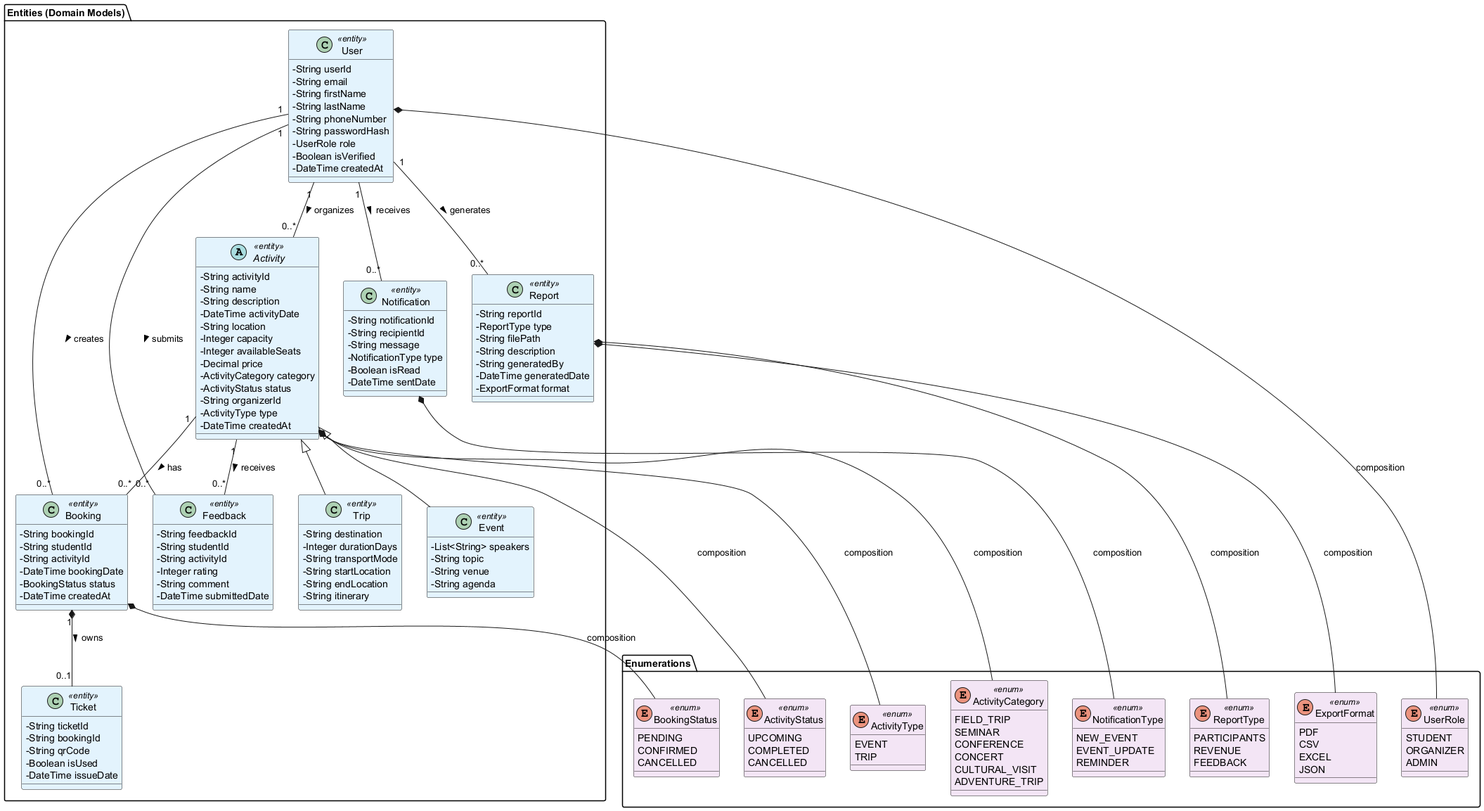
AIU-SoftWave/AIU-Trips-And-Events keeps this PlantUML diagram as Milestones/PM_3/Class Diagram/After DP/png/Data_Layer.png. Above is the earlier version. The source it was exported from:
```plantuml
@startuml Data_Layer

!define ENTITY_COLOR #E3F2FD
!define ENUM_COLOR #F3E5F5

skinparam classAttributeIconSize 0
skinparam class {
    BackgroundColor<<entity>> ENTITY_COLOR
    BackgroundColor<<enum>> ENUM_COLOR
}

package "Entities (Domain Models)" {

    class User <<entity>> {
        -String userId
        -String email
        -String firstName
        -String lastName
        -String phoneNumber
        -String passwordHash
        -UserRole role
        -Boolean isVerified
        -DateTime createdAt
    }

    abstract class Activity <<entity>> {
        -String activityId
        -String name
        -String description
        -DateTime activityDate
        -String location
        -Integer capacity
        -Integer availableSeats
        -Decimal price
        -ActivityCategory category
        -ActivityStatus status
        -String organizerId
        -ActivityType type
        -DateTime createdAt
    }

    class Event <<entity>> {
        -List<String> speakers
        -String topic
        -String venue
        -String agenda
    }

    class Trip <<entity>> {
        -String destination
        -Integer durationDays
        -String transportMode
        -String startLocation
        -String endLocation
        -String itinerary
    }

    class Booking <<entity>> {
        -String bookingId
        -String studentId
        -String activityId
        -DateTime bookingDate
        -BookingStatus status
        -DateTime createdAt
    }

    class Ticket <<entity>> {
        -String ticketId
        -String bookingId
        -String qrCode
        -Boolean isUsed
        -DateTime issueDate
    }

    class Notification <<entity>> {
        -String notificationId
        -String recipientId
        -String message
        -NotificationType type
        -Boolean isRead
        -DateTime sentDate
    }

    class Report <<entity>> {
        -String reportId
        -ReportType type
        -String filePath
        -String description
        -String generatedBy
        -DateTime generatedDate
        -ExportFormat format
    }

    class Feedback <<entity>> {
        -String feedbackId
        -String studentId
        -String activityId
        -Integer rating
        -String comment
        -DateTime submittedDate
    }

    Activity <|-- Event
    Activity <|-- Trip


    User "1" -- "0..*" Activity : organizes >

    User "1" -- "0..*" Booking : creates >

    User "1" -- "0..*" Feedback : submits >

    Activity "1" -- "0..*" Booking : has >

    Activity "1" -- "0..*" Feedback : receives >

    User "1" -- "0..*" Report : generates >

    Booking "1" *-- "0..1" Ticket : owns >

    User "1" -- "0..*" Notification : receives >
}

package "Enumerations" {

    enum UserRole <<enum>> {
        STUDENT
        ORGANIZER
        ADMIN
    }

    enum ActivityType <<enum>> {
        EVENT
        TRIP
    }

    enum ActivityCategory <<enum>> {
        FIELD_TRIP
        SEMINAR
        CONFERENCE
        CONCERT
        CULTURAL_VISIT
        ADVENTURE_TRIP
    }

    enum ActivityStatus <<enum>> {
        UPCOMING
        COMPLETED
        CANCELLED
    }

    enum BookingStatus <<enum>> {
        PENDING
        CONFIRMED
        CANCELLED
    }

    enum NotificationType <<enum>> {
        NEW_EVENT
        EVENT_UPDATE
        REMINDER
    }

    enum ReportType <<enum>> {
        PARTICIPANTS
        REVENUE
        FEEDBACK
    }

    enum ExportFormat <<enum>> {
        PDF
        CSV
        EXCEL
        JSON
    }

    User *-- UserRole : composition
    Activity *-- ActivityCategory : composition
    Activity *-- ActivityStatus : composition
    Activity *-- ActivityType : composition
    Booking *-- BookingStatus : composition
    Notification *-- NotificationType : composition
    Report *-- ReportType : composition
    Report *-- ExportFormat : composition
}


@enduml
```
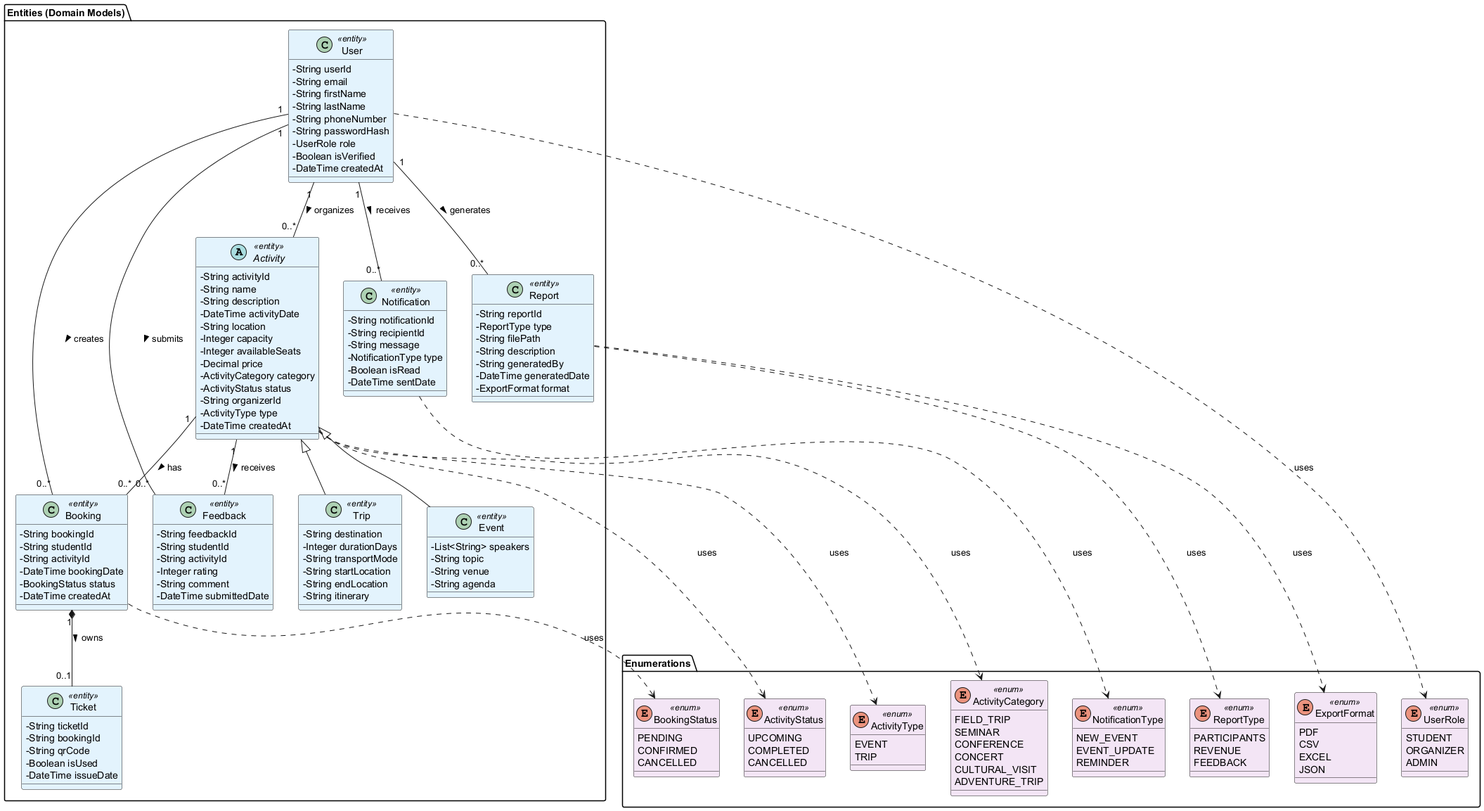
Above is the later version.

Commit message:
Refactor repository structure: added Repo Factory layer and removed obsolete Repository Layer; updated method signatures for consistency.

Diff of the diagram source:
```diff
@@ -174,14 +174,14 @@
         JSON
     }
 
-    User *-- UserRole : composition
-    Activity *-- ActivityCategory : composition
-    Activity *-- ActivityStatus : composition
-    Activity *-- ActivityType : composition
-    Booking *-- BookingStatus : composition
-    Notification *-- NotificationType : composition
-    Report *-- ReportType : composition
-    Report *-- ExportFormat : composition
+    User ..> UserRole : uses
+    Activity ..> ActivityCategory : uses
+    Activity ..> ActivityStatus : uses
+    Activity ..> ActivityType : uses
+    Booking ..> BookingStatus : uses
+    Notification ..> NotificationType : uses
+    Report ..> ReportType : uses
+    Report ..> ExportFormat : uses
 }
 
 
```
